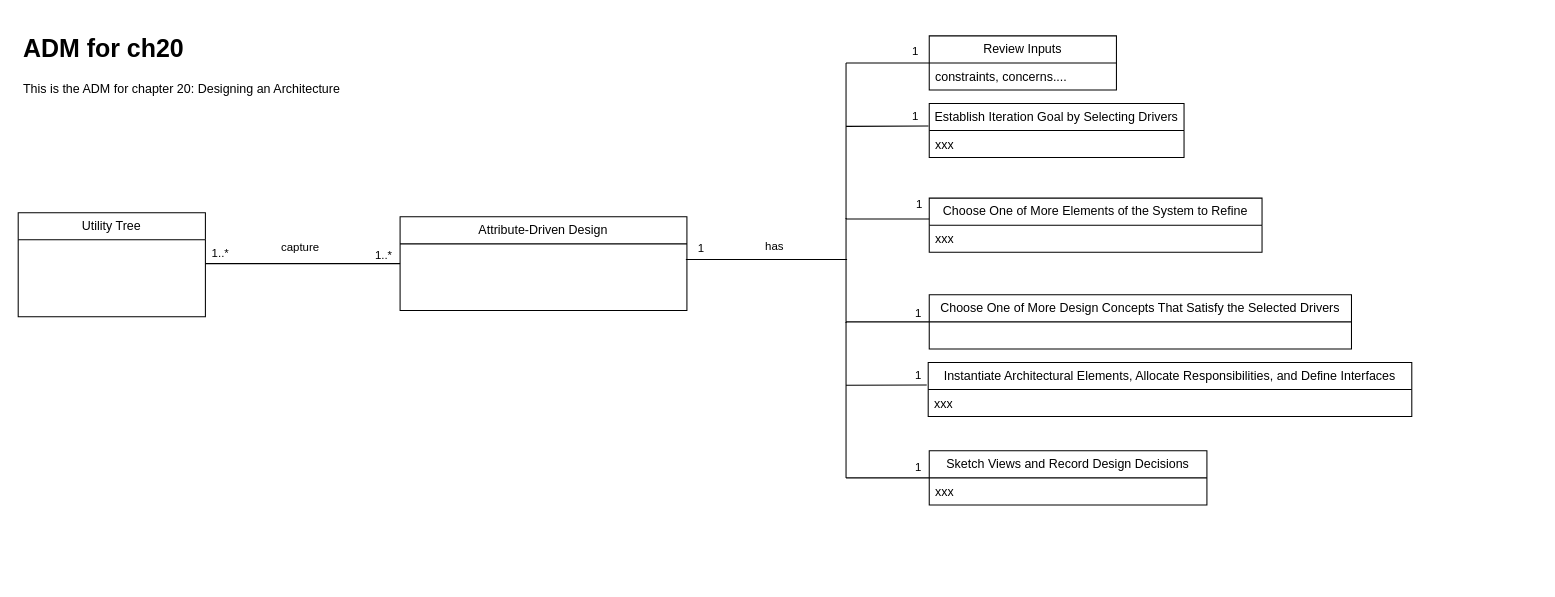
dhruwanga19/4471_Group14_ProjectDocumentation keeps this draw.io diagram as Documentation/DomainModel/ch20.drawio. Above is the earlier version. Source tidied: cells renumbered, new cells numbered last; positions are measured from the earlier drawing's top-left corner, leaving out a move shared by most shapes. Both pictures are drawn from the tidied source at 104%, with x=0, y=0 at pixel (18, 28).
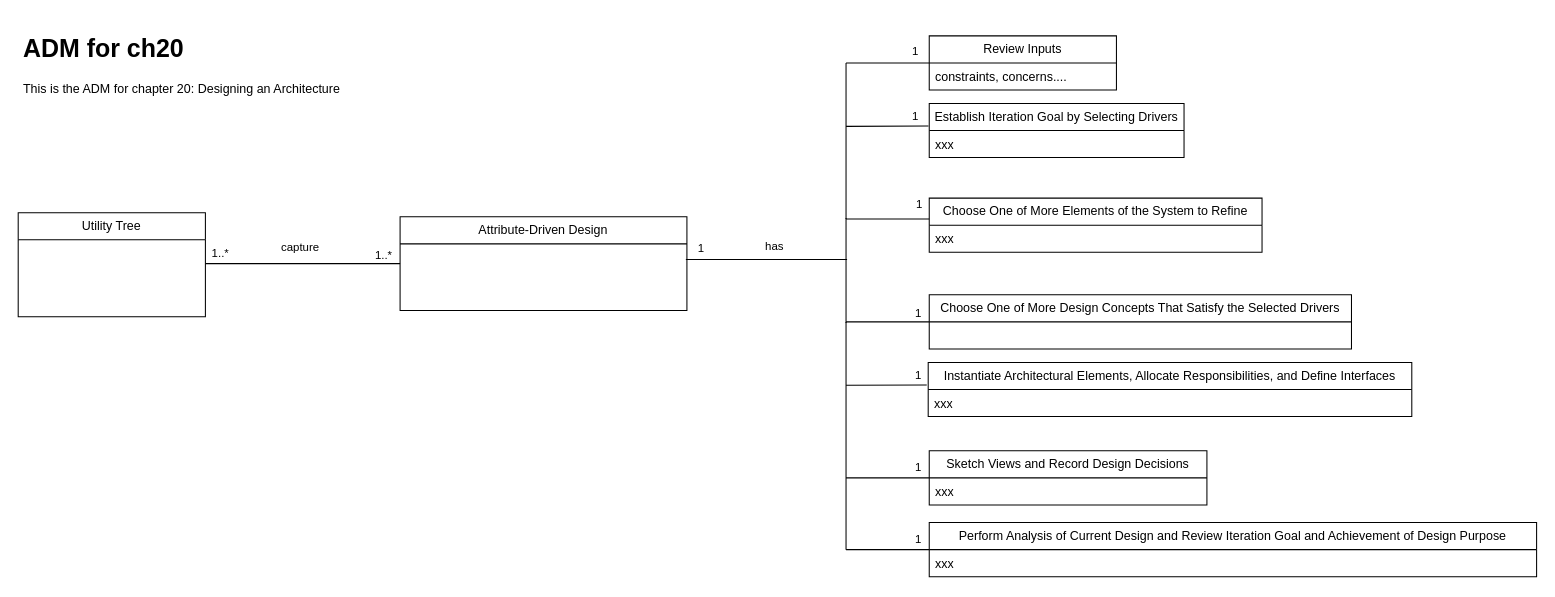
After the change.

The edit, as a diff of the source:
```diff
@@
     <mxCell id="8" style="endArrow=none;html=1;rounded=0;" parent="1" edge="1">
       <mxGeometry relative="1" as="geometry">
-        <mxPoint x="796" y="432" as="sourcePoint" />
+        <mxPoint x="796" y="501" as="sourcePoint" />
         <mxPoint x="796" y="282" as="targetPoint" />
       </mxGeometry>
     </mxCell>
@@
+    <mxCell id="38" style="endArrow=none;html=1;rounded=0;" parent="1" edge="1">
+      <mxGeometry relative="1" as="geometry">
+        <mxPoint x="796" y="501" as="sourcePoint" />
+        <mxPoint x="876" y="501" as="targetPoint" />
+      </mxGeometry>
+    </mxCell>
+    <mxCell id="39" value="Perform Analysis of Current Design and Review Iteration Goal and Achievement of Design Purpose" style="swimlane;fontStyle=0;horizontal=1;startSize=26;fillColor=none;whiteSpace=wrap;html=1;" parent="1" vertex="1">
+      <mxGeometry x="876" y="475" width="584" height="52" as="geometry" />
+    </mxCell>
+    <mxCell id="40" value="xxx" style="text;strokeColor=none;fillColor=none;align=left;verticalAlign=top;spacingLeft=4;spacingRight=4;overflow=hidden;whiteSpace=wrap;html=1;" parent="39" vertex="1">
+      <mxGeometry y="26" width="584" height="26" as="geometry" />
+    </mxCell>
+    <mxCell id="41" value="1" style="edgeLabel;html=1;align=right;verticalAlign=bottom;" parent="1" vertex="1">
+      <mxGeometry x="891" y="449" as="geometry">
+        <mxPoint x="-22" y="50" as="offset" />
+      </mxGeometry>
+    </mxCell>
```
